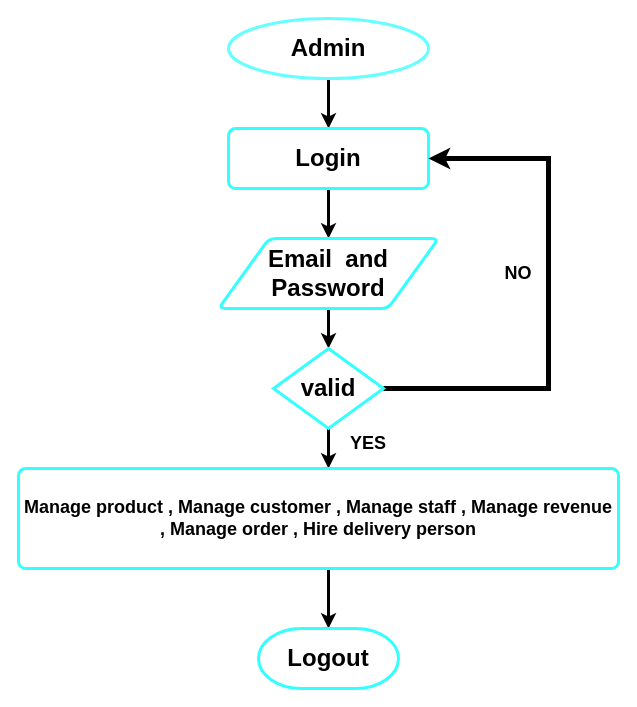
This is staff flow diagram.drawio from prashanta1542/default, a draw.io file, before an edit. Source tidied: cells renumbered, new cells numbered last; positions are measured from the earlier drawing's top-left corner, leaving out a move shared by most shapes. Both pictures are drawn from the tidied source at 100%, with x=0, y=0 at pixel (18, 18).
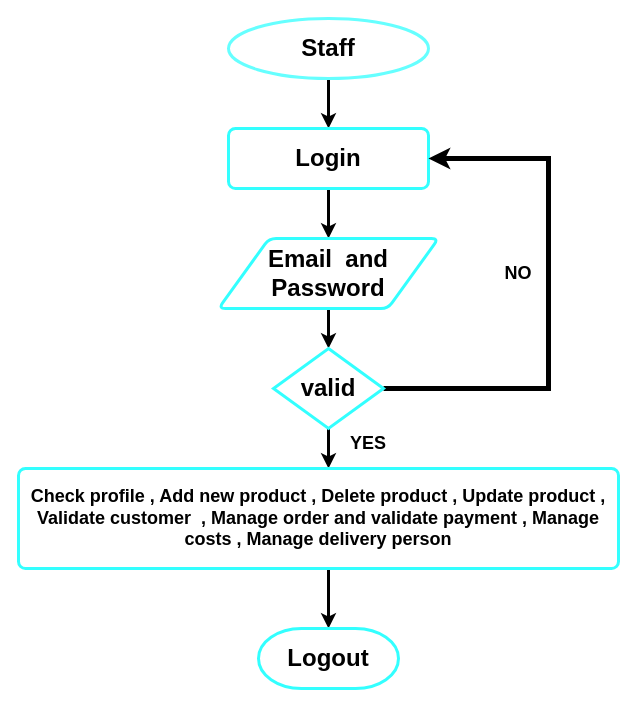
Above is the later version.

Change to the diagram source:
```diff
@@
-    <mxCell id="3" value="&lt;h1&gt;&lt;font style=&quot;font-size: 24px;&quot;&gt;Admin&lt;/font&gt;&lt;/h1&gt;" style="strokeWidth=3;html=1;shape=mxgraph.flowchart.start_1;whiteSpace=wrap;strokeColor=#66FFFF;" parent="1" vertex="1">
+    <mxCell id="3" value="&lt;h1&gt;&lt;font style=&quot;font-size: 24px;&quot;&gt;Staff&lt;/font&gt;&lt;/h1&gt;" style="strokeWidth=3;html=1;shape=mxgraph.flowchart.start_1;whiteSpace=wrap;strokeColor=#66FFFF;" parent="1" vertex="1">
       <mxGeometry x="210" width="200" height="60" as="geometry" />
     </mxCell>
@@
-    <mxCell id="12" value="&lt;h2&gt;Manage product , Manage customer , Manage staff , Manage revenue , Manage order , Hire delivery person&lt;/h2&gt;" style="rounded=1;whiteSpace=wrap;html=1;absoluteArcSize=1;arcSize=14;strokeWidth=3;strokeColor=#33FFFF;" parent="1" vertex="1">
+    <mxCell id="12" value="&lt;h2&gt;Check profile , Add new product , Delete product , Update product , Validate customer&amp;nbsp; , Manage order and validate payment , Manage costs , Manage delivery person&lt;/h2&gt;" style="rounded=1;whiteSpace=wrap;html=1;absoluteArcSize=1;arcSize=14;strokeWidth=3;strokeColor=#33FFFF;" parent="1" vertex="1">
       <mxGeometry y="450" width="600" height="100" as="geometry" />
     </mxCell>
```
